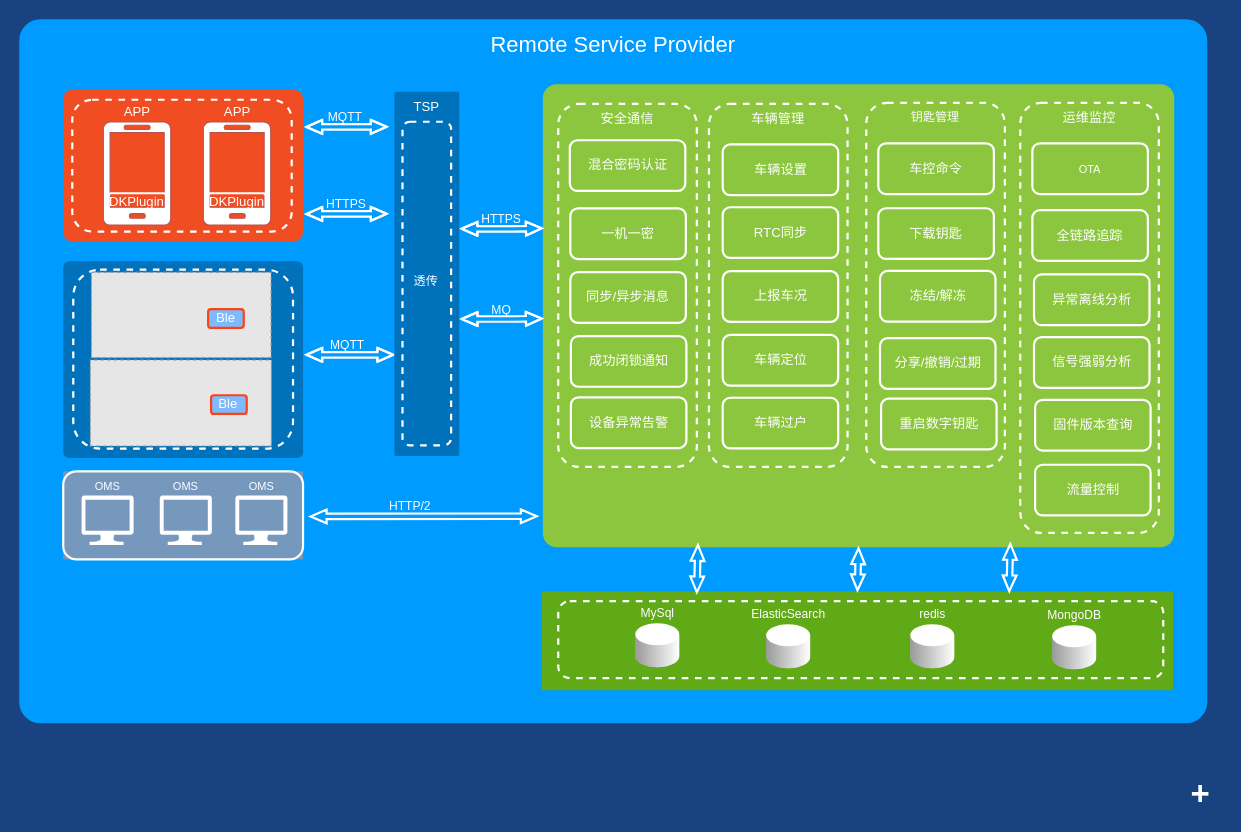
jianguocong/chart keeps this draw.io diagram as rsp-A02.drawio. Above is the earlier version. Source tidied: cells renumbered, new cells numbered last; positions are measured from the earlier drawing's top-left corner, leaving out a move shared by most shapes. Both pictures are drawn from the tidied source at 110%, with x=0, y=0 at pixel (19, 19). Pictures stored in the file or linked from it are replaced by grey dashed boxes.
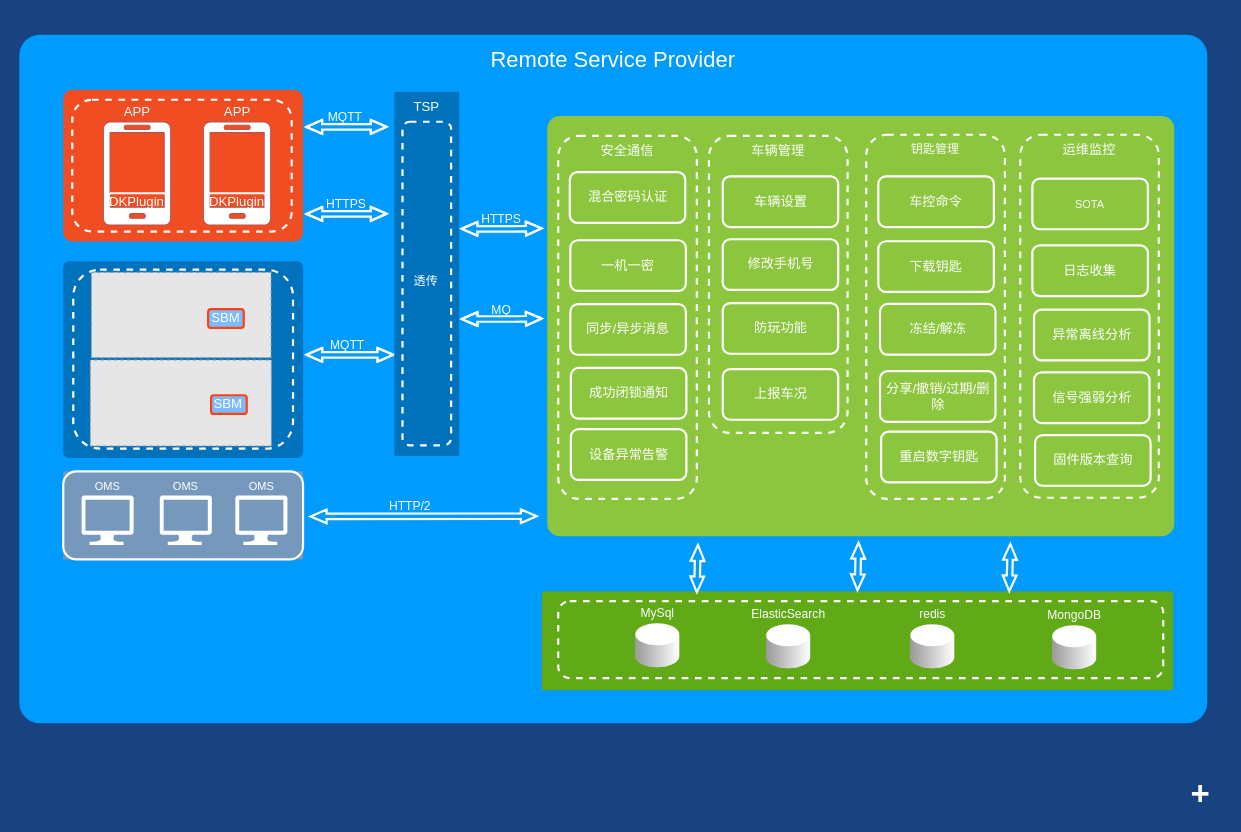
After the change.

Unchanged cells that the change refers to:
```xml
<mxCell id="11" style="rounded=1;whiteSpace=wrap;html=1;shadow=0;strokeWidth=2;fillColor=#60a917;fontSize=12;align=center;strokeColor=none;arcSize=3;fontColor=#ffffff;" parent="1" vertex="1">
  <mxGeometry x="475" y="520" width="574" height="90" as="geometry" />
</mxCell>
<mxCell id="29" style="group;" parent="1" vertex="1">
  <mxGeometry x="770" y="76" width="138.8" height="618.9" as="geometry" />
</mxCell>
<mxCell id="36" style="group;" parent="1" vertex="1">
  <mxGeometry x="910" y="76" width="126" height="391" as="geometry" />
</mxCell>
<mxCell id="62" style="group;" parent="1" vertex="1">
  <mxGeometry x="40" y="220" width="218" height="213" as="geometry" />
</mxCell>
```

Diff of the diagram source:
```diff
@@
     <mxCell id="2" value="Remote Service Provider" style="whiteSpace=wrap;html=1;rounded=1;shadow=0;strokeColor=none;strokeWidth=2;fillColor=#009BFF;fontSize=20;fontColor=#FFFFFF;align=center;arcSize=3;verticalAlign=top;spacingTop=4;" parent="1" vertex="1">
-      <mxGeometry width="1080" height="640" as="geometry" />
+      <mxGeometry y="14" width="1080" height="626" as="geometry" />
     </mxCell>
     <mxCell id="3" style="rounded=1;whiteSpace=wrap;html=1;shadow=0;strokeWidth=2;fillColor=#8BC63E;fontSize=12;fontColor=#000000;align=center;strokeColor=none;arcSize=3;" parent="1" vertex="1">
-      <mxGeometry x="476" y="59" width="574" height="421" as="geometry" />
+      <mxGeometry x="480" y="88" width="570" height="382" as="geometry" />
     </mxCell>
@@
-    <mxCell id="12" style="shape=flexArrow;endArrow=classic;startArrow=classic;html=1;rounded=0;fontSize=7;fontColor=#FFFFFF;strokeColor=#FFFFFF;strokeWidth=2;startWidth=5.5;startSize=4.13;endWidth=5.5;endSize=4.13;width=4;shadow=0;sketch=0;exitX=0.5;exitY=0;exitDx=0;exitDy=0;entryX=0.5;entryY=1;entryDx=0;entryDy=0;" parent="1" edge="1" source="11" target="3">
-      <mxGeometry relative="1" as="geometry" />
-    </mxCell>
@@
     <mxCell id="15" style="group;" parent="1" vertex="1">
-      <mxGeometry x="490" y="77" width="126" height="330" as="geometry" />
+      <mxGeometry x="490" y="106" width="126" height="330" as="geometry" />
     </mxCell>
@@
     <mxCell id="22" style="group;" parent="1" vertex="1">
-      <mxGeometry x="627" y="77" width="126" height="533" as="geometry" />
+      <mxGeometry x="627" y="106" width="126" height="533" as="geometry" />
     </mxCell>
     <mxCell id="23" value="&lt;span style=&quot;font-size: 12px&quot;&gt;车辆管理&lt;/span&gt;" style="rounded=1;whiteSpace=wrap;html=1;shadow=0;strokeWidth=2;fillColor=none;fontSize=11;fontColor=#FFFFFF;align=center;strokeColor=#FFFFFF;dashed=1;verticalAlign=top;" parent="22" vertex="1">
-      <mxGeometry width="126" height="330" as="geometry" />
+      <mxGeometry width="126" height="270" as="geometry" />
     </mxCell>
-    <mxCell id="24" value="RTC同步" style="rounded=1;whiteSpace=wrap;html=1;shadow=0;strokeWidth=2;fillColor=none;fontSize=12;fontColor=#FFFFFF;align=center;strokeColor=#FFFFFF;" parent="22" vertex="1">
-      <mxGeometry x="12.5" y="93.9" width="105" height="46.1" as="geometry" />
-    </mxCell>
@@
-    <mxCell id="26" value="车辆定位" style="rounded=1;whiteSpace=wrap;html=1;shadow=0;strokeWidth=2;fillColor=none;fontSize=12;fontColor=#FFFFFF;align=center;strokeColor=#FFFFFF;" parent="22" vertex="1">
-      <mxGeometry x="12.5" y="210" width="105" height="46.1" as="geometry" />
-    </mxCell>
-    <mxCell id="27" value="车辆过户" style="rounded=1;whiteSpace=wrap;html=1;shadow=0;strokeWidth=2;fillColor=none;fontSize=12;fontColor=#FFFFFF;align=center;strokeColor=#FFFFFF;" parent="22" vertex="1">
-      <mxGeometry x="12.5" y="267.1" width="105" height="46.1" as="geometry" />
+    <mxCell id="27" value="修改手机号" style="rounded=1;whiteSpace=wrap;html=1;shadow=0;strokeWidth=2;fillColor=none;fontSize=12;fontColor=#FFFFFF;align=center;strokeColor=#FFFFFF;" parent="22" vertex="1">
+      <mxGeometry x="12.5" y="94" width="105" height="46.1" as="geometry" />
     </mxCell>
-    <mxCell id="28" value="上报车况" style="rounded=1;whiteSpace=wrap;html=1;shadow=0;strokeWidth=2;fillColor=none;fontSize=12;fontColor=#FFFFFF;align=center;strokeColor=#FFFFFF;" parent="22" vertex="1">
+    <mxCell id="28" value="防玩功能" style="rounded=1;whiteSpace=wrap;html=1;shadow=0;strokeWidth=2;fillColor=none;fontSize=12;fontColor=#FFFFFF;align=center;strokeColor=#FFFFFF;" parent="22" vertex="1">
       <mxGeometry x="12.5" y="152" width="105" height="46.1" as="geometry" />
     </mxCell>
+    <mxCell id="78" value="上报车况" style="rounded=1;whiteSpace=wrap;html=1;shadow=0;strokeWidth=2;fillColor=none;fontSize=12;fontColor=#FFFFFF;align=center;strokeColor=#FFFFFF;" parent="22" vertex="1">
+      <mxGeometry x="12.5" y="212" width="105" height="46.1" as="geometry" />
+    </mxCell>
@@
     <mxCell id="30" value="钥匙管理" style="rounded=1;whiteSpace=wrap;html=1;shadow=0;strokeWidth=2;fillColor=none;fontSize=11;fontColor=#FFFFFF;align=center;strokeColor=#FFFFFF;dashed=1;verticalAlign=top;" parent="29" vertex="1">
-      <mxGeometry width="126" height="331" as="geometry" />
+      <mxGeometry y="29" width="126" height="331" as="geometry" />
     </mxCell>
     <mxCell id="31" value="下载钥匙" style="rounded=1;whiteSpace=wrap;html=1;shadow=0;strokeWidth=2;fillColor=none;fontSize=12;fontColor=#FFFFFF;align=center;strokeColor=#FFFFFF;" parent="29" vertex="1">
-      <mxGeometry x="11" y="95.8" width="105" height="46.1" as="geometry" />
+      <mxGeometry x="11" y="125.8" width="105" height="46.1" as="geometry" />
     </mxCell>
     <mxCell id="32" value="车控命令" style="rounded=1;whiteSpace=wrap;html=1;shadow=0;strokeWidth=2;fillColor=none;fontSize=12;fontColor=#FFFFFF;align=center;strokeColor=#FFFFFF;" parent="29" vertex="1">
-      <mxGeometry x="11" y="36.8" width="105" height="46.1" as="geometry" />
+      <mxGeometry x="11" y="66.8" width="105" height="46.1" as="geometry" />
     </mxCell>
     <mxCell id="33" value="冻结/解冻" style="rounded=1;whiteSpace=wrap;html=1;shadow=0;strokeWidth=2;fillColor=none;fontSize=12;fontColor=#FFFFFF;align=center;strokeColor=#FFFFFF;" parent="29" vertex="1">
-      <mxGeometry x="12.5" y="152.8" width="105" height="46.1" as="geometry" />
+      <mxGeometry x="12.5" y="182.8" width="105" height="46.1" as="geometry" />
     </mxCell>
-    <mxCell id="34" value="分享/撤销/过期" style="rounded=1;whiteSpace=wrap;html=1;shadow=0;strokeWidth=2;fillColor=none;fontSize=12;fontColor=#FFFFFF;align=center;strokeColor=#FFFFFF;" parent="29" vertex="1">
-      <mxGeometry x="12.5" y="213.9" width="105" height="46.1" as="geometry" />
+    <mxCell id="34" value="分享/撤销/过期/删除" style="rounded=1;whiteSpace=wrap;html=1;shadow=0;strokeWidth=2;fillColor=none;fontSize=12;fontColor=#FFFFFF;align=center;strokeColor=#FFFFFF;" parent="29" vertex="1">
+      <mxGeometry x="12.5" y="243.9" width="105" height="46.1" as="geometry" />
     </mxCell>
     <mxCell id="35" value="重启数字钥匙" style="rounded=1;whiteSpace=wrap;html=1;shadow=0;strokeWidth=2;fillColor=none;fontSize=12;fontColor=#FFFFFF;align=center;strokeColor=#FFFFFF;" parent="29" vertex="1">
-      <mxGeometry x="13.5" y="268.9" width="105" height="46.1" as="geometry" />
+      <mxGeometry x="13.5" y="298.9" width="105" height="46.1" as="geometry" />
     </mxCell>
@@
     <mxCell id="37" value="&lt;span style=&quot;font-size: 12px&quot;&gt;运维监控&lt;/span&gt;" style="rounded=1;whiteSpace=wrap;html=1;shadow=0;strokeWidth=2;fillColor=none;fontSize=11;fontColor=#FFFFFF;align=center;strokeColor=#FFFFFF;dashed=1;verticalAlign=top;" parent="36" vertex="1">
-      <mxGeometry width="126" height="391" as="geometry" />
+      <mxGeometry y="29" width="126" height="330" as="geometry" />
     </mxCell>
-    <mxCell id="38" value="全链路追踪" style="rounded=1;whiteSpace=wrap;html=1;shadow=0;strokeWidth=2;fillColor=none;fontSize=12;fontColor=#FFFFFF;align=center;strokeColor=#FFFFFF;" parent="36" vertex="1">
-      <mxGeometry x="11" y="97.6" width="105" height="46.1" as="geometry" />
+    <mxCell id="38" value="日志收集" style="rounded=1;whiteSpace=wrap;html=1;shadow=0;strokeWidth=2;fillColor=none;fontSize=12;fontColor=#FFFFFF;align=center;strokeColor=#FFFFFF;" parent="36" vertex="1">
+      <mxGeometry x="11" y="129.6" width="105" height="46.1" as="geometry" />
     </mxCell>
-    <mxCell id="39" value="&lt;font style=&quot;font-size: 10px&quot;&gt;OTA&lt;br&gt;&lt;/font&gt;" style="rounded=1;whiteSpace=wrap;html=1;shadow=0;strokeWidth=2;fillColor=none;fontSize=12;fontColor=#FFFFFF;align=center;strokeColor=#FFFFFF;" parent="36" vertex="1">
-      <mxGeometry x="11" y="36.8" width="105" height="46.1" as="geometry" />
+    <mxCell id="39" value="&lt;font style=&quot;font-size: 10px&quot;&gt;SOTA&lt;br&gt;&lt;/font&gt;" style="rounded=1;whiteSpace=wrap;html=1;shadow=0;strokeWidth=2;fillColor=none;fontSize=12;fontColor=#FFFFFF;align=center;strokeColor=#FFFFFF;" parent="36" vertex="1">
+      <mxGeometry x="11" y="68.8" width="105" height="46.1" as="geometry" />
     </mxCell>
     <mxCell id="40" value="异常离线分析" style="rounded=1;whiteSpace=wrap;html=1;shadow=0;strokeWidth=2;fillColor=none;fontSize=12;fontColor=#FFFFFF;align=center;strokeColor=#FFFFFF;" parent="36" vertex="1">
-      <mxGeometry x="12.5" y="156" width="105" height="46.1" as="geometry" />
+      <mxGeometry x="12.5" y="188" width="105" height="46.1" as="geometry" />
     </mxCell>
     <mxCell id="41" value="信号强弱分析" style="rounded=1;whiteSpace=wrap;html=1;shadow=0;strokeWidth=2;fillColor=none;fontSize=12;fontColor=#FFFFFF;align=center;strokeColor=#FFFFFF;" parent="36" vertex="1">
-      <mxGeometry x="12.5" y="213" width="105" height="46.1" as="geometry" />
+      <mxGeometry x="12.5" y="245" width="105" height="46.1" as="geometry" />
     </mxCell>
     <mxCell id="42" value="固件版本查询" style="rounded=1;whiteSpace=wrap;html=1;shadow=0;strokeWidth=2;fillColor=none;fontSize=12;fontColor=#FFFFFF;align=center;strokeColor=#FFFFFF;" parent="36" vertex="1">
-      <mxGeometry x="13.5" y="270" width="105" height="46.1" as="geometry" />
+      <mxGeometry x="13.5" y="302" width="105" height="46.1" as="geometry" />
     </mxCell>
-    <mxCell id="43" value="流量控制" style="rounded=1;whiteSpace=wrap;html=1;shadow=0;strokeWidth=2;fillColor=none;fontSize=12;fontColor=#FFFFFF;align=center;strokeColor=#FFFFFF;" parent="36" vertex="1">
-      <mxGeometry x="13.5" y="329" width="105" height="46.1" as="geometry" />
-    </mxCell>
@@
-    <mxCell id="67" value="Ble" style="rounded=1;whiteSpace=wrap;html=1;shadow=0;strokeWidth=2;fillColor=#7DBAFF;fontSize=12;fontColor=#FFFFFF;align=center;strokeColor=#FF4112;" parent="62" vertex="1">
+    <mxCell id="67" value="SBM" style="rounded=1;whiteSpace=wrap;html=1;shadow=0;strokeWidth=2;fillColor=#7DBAFF;fontSize=12;fontColor=#FFFFFF;align=center;strokeColor=#FF4112;" parent="62" vertex="1">
       <mxGeometry x="131.7" y="43.5" width="32.4" height="17" as="geometry" />
     </mxCell>
-    <mxCell id="68" value="Ble" style="rounded=1;whiteSpace=wrap;html=1;shadow=0;strokeWidth=2;fillColor=#7DBAFF;fontSize=12;fontColor=#FFFFFF;align=center;strokeColor=#FF4112;" parent="62" vertex="1">
+    <mxCell id="68" value="SBM" style="rounded=1;whiteSpace=wrap;html=1;shadow=0;strokeWidth=2;fillColor=#7DBAFF;fontSize=12;fontColor=#FFFFFF;align=center;strokeColor=#FF4112;" parent="62" vertex="1">
       <mxGeometry x="134.4" y="121.8" width="32.4" height="17" as="geometry" />
     </mxCell>
@@
+    <mxCell id="79" style="shape=flexArrow;endArrow=classic;startArrow=classic;html=1;rounded=0;fontSize=7;fontColor=#FFFFFF;strokeColor=#FFFFFF;strokeWidth=2;startWidth=5.5;startSize=4.13;endWidth=5.5;endSize=4.13;width=4;shadow=0;sketch=0;exitX=0.5;exitY=0;exitDx=0;exitDy=0;entryX=0.5;entryY=1;entryDx=0;entryDy=0;" parent="1" edge="1">
+      <mxGeometry relative="1" as="geometry">
+        <mxPoint x="762" y="520" as="sourcePoint" />
+        <mxPoint x="763" y="475" as="targetPoint" />
+      </mxGeometry>
+    </mxCell>
```
